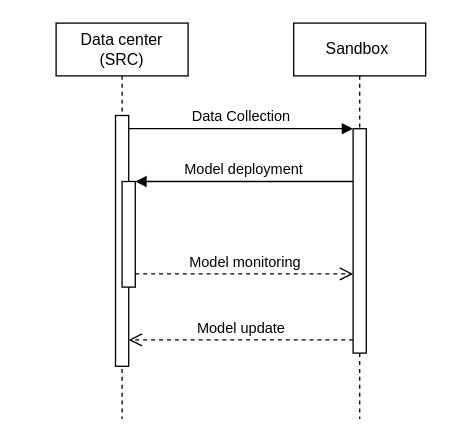
Before: Docs/Untitled Diagram.drawio in CrashingGuru/FGAN-Build-a-thon, a draw.io diagram. Source tidied: cells renumbered, new cells numbered last; positions are measured from the earlier drawing's top-left corner, leaving out a move shared by most shapes. Both pictures are drawn from the tidied source at 132%, with x=0, y=0 at pixel (55, 22).
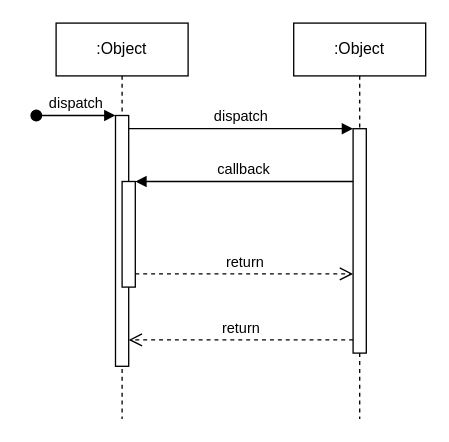
Above is the later version.

Diff of the diagram source:
```diff
@@
 <mxGraphModel>
   <root>
     <mxCell id="0" />
     <mxCell id="1" parent="0" />
-    <mxCell id="2" value="Data center (SRC)" style="shape=umlLifeline;perimeter=lifelinePerimeter;whiteSpace=wrap;html=1;newEdgeStyle={&quot;edgeStyle&quot;:&quot;elbowEdgeStyle&quot;,&quot;elbow&quot;:&quot;vertical&quot;,&quot;curved&quot;:0,&quot;rounded&quot;:0};" parent="1" vertex="1">
+    <mxCell id="2" value=":Object" style="shape=umlLifeline;perimeter=lifelinePerimeter;whiteSpace=wrap;html=1;newEdgeStyle={&quot;edgeStyle&quot;:&quot;elbowEdgeStyle&quot;,&quot;elbow&quot;:&quot;vertical&quot;,&quot;curved&quot;:0,&quot;rounded&quot;:0};" parent="1" vertex="1">
       <mxGeometry width="100" height="300" as="geometry" />
     </mxCell>
     <mxCell id="3" style="html=1;points=[];perimeter=orthogonalPerimeter;outlineConnect=0;targetShapes=umlLifeline;portConstraint=eastwest;newEdgeStyle={&quot;edgeStyle&quot;:&quot;elbowEdgeStyle&quot;,&quot;elbow&quot;:&quot;vertical&quot;,&quot;curved&quot;:0,&quot;rounded&quot;:0};" parent="2" vertex="1">
       <mxGeometry x="45" y="70" width="10" height="190" as="geometry" />
     </mxCell>
+    <mxCell id="11" value="dispatch" style="html=1;verticalAlign=bottom;startArrow=oval;endArrow=block;startSize=8;edgeStyle=elbowEdgeStyle;elbow=vertical;curved=0;rounded=0;" parent="2" edge="1" target="3">
+      <mxGeometry relative="1" as="geometry">
+        <mxPoint x="-15" y="70" as="sourcePoint" />
+      </mxGeometry>
+    </mxCell>
     <mxCell id="4" style="html=1;points=[];perimeter=orthogonalPerimeter;outlineConnect=0;targetShapes=umlLifeline;portConstraint=eastwest;newEdgeStyle={&quot;edgeStyle&quot;:&quot;elbowEdgeStyle&quot;,&quot;elbow&quot;:&quot;vertical&quot;,&quot;curved&quot;:0,&quot;rounded&quot;:0};" parent="2" vertex="1">
       <mxGeometry x="50" y="120" width="10" height="80" as="geometry" />
     </mxCell>
-    <mxCell id="5" value="Sandbox&amp;nbsp;" style="shape=umlLifeline;perimeter=lifelinePerimeter;whiteSpace=wrap;html=1;newEdgeStyle={&quot;edgeStyle&quot;:&quot;elbowEdgeStyle&quot;,&quot;elbow&quot;:&quot;vertical&quot;,&quot;curved&quot;:0,&quot;rounded&quot;:0};" parent="1" vertex="1">
+    <mxCell id="5" value=":Object" style="shape=umlLifeline;perimeter=lifelinePerimeter;whiteSpace=wrap;html=1;newEdgeStyle={&quot;edgeStyle&quot;:&quot;elbowEdgeStyle&quot;,&quot;elbow&quot;:&quot;vertical&quot;,&quot;curved&quot;:0,&quot;rounded&quot;:0};" parent="1" vertex="1">
       <mxGeometry x="180" width="100" height="300" as="geometry" />
     </mxCell>
     <mxCell id="6" style="html=1;points=[];perimeter=orthogonalPerimeter;outlineConnect=0;targetShapes=umlLifeline;portConstraint=eastwest;newEdgeStyle={&quot;edgeStyle&quot;:&quot;elbowEdgeStyle&quot;,&quot;elbow&quot;:&quot;vertical&quot;,&quot;curved&quot;:0,&quot;rounded&quot;:0};" parent="5" vertex="1">
       <mxGeometry x="45" y="80" width="10" height="170" as="geometry" />
     </mxCell>
-    <mxCell id="7" value="Data Collection" style="html=1;verticalAlign=bottom;endArrow=block;edgeStyle=elbowEdgeStyle;elbow=vertical;curved=0;rounded=0;" parent="1" edge="1" source="3" target="6">
+    <mxCell id="7" value="dispatch" style="html=1;verticalAlign=bottom;endArrow=block;edgeStyle=elbowEdgeStyle;elbow=vertical;curved=0;rounded=0;" parent="1" edge="1" source="3" target="6">
       <mxGeometry relative="1" as="geometry">
         <Array as="points">
           <mxPoint x="140" y="80" />
         </Array>
       </mxGeometry>
     </mxCell>
-    <mxCell id="8" value="Model update" style="html=1;verticalAlign=bottom;endArrow=open;dashed=1;endSize=8;edgeStyle=elbowEdgeStyle;elbow=vertical;curved=0;rounded=0;" parent="1" edge="1" source="6" target="3">
+    <mxCell id="8" value="return" style="html=1;verticalAlign=bottom;endArrow=open;dashed=1;endSize=8;edgeStyle=elbowEdgeStyle;elbow=vertical;curved=0;rounded=0;" parent="1" edge="1" source="6" target="3">
       <mxGeometry relative="1" as="geometry">
         <Array as="points">
           <mxPoint x="150" y="240" />
         </Array>
       </mxGeometry>
     </mxCell>
-    <mxCell id="9" value="Model deployment" style="html=1;verticalAlign=bottom;endArrow=block;edgeStyle=elbowEdgeStyle;elbow=vertical;curved=0;rounded=0;" parent="1" edge="1" source="6" target="4">
+    <mxCell id="9" value="callback" style="html=1;verticalAlign=bottom;endArrow=block;edgeStyle=elbowEdgeStyle;elbow=vertical;curved=0;rounded=0;" parent="1" edge="1" source="6" target="4">
       <mxGeometry relative="1" as="geometry">
         <Array as="points">
           <mxPoint x="150" y="120" />
         </Array>
       </mxGeometry>
     </mxCell>
-    <mxCell id="10" value="Model monitoring" style="html=1;verticalAlign=bottom;endArrow=open;dashed=1;endSize=8;edgeStyle=elbowEdgeStyle;elbow=vertical;curved=0;rounded=0;" parent="1" edge="1" source="4" target="6">
+    <mxCell id="10" value="return" style="html=1;verticalAlign=bottom;endArrow=open;dashed=1;endSize=8;edgeStyle=elbowEdgeStyle;elbow=vertical;curved=0;rounded=0;" parent="1" edge="1" source="4" target="6">
       <mxGeometry relative="1" as="geometry">
         <Array as="points">
           <mxPoint x="140" y="190" />
         </Array>
       </mxGeometry>
     </mxCell>
   </root>
 </mxGraphModel>
```
